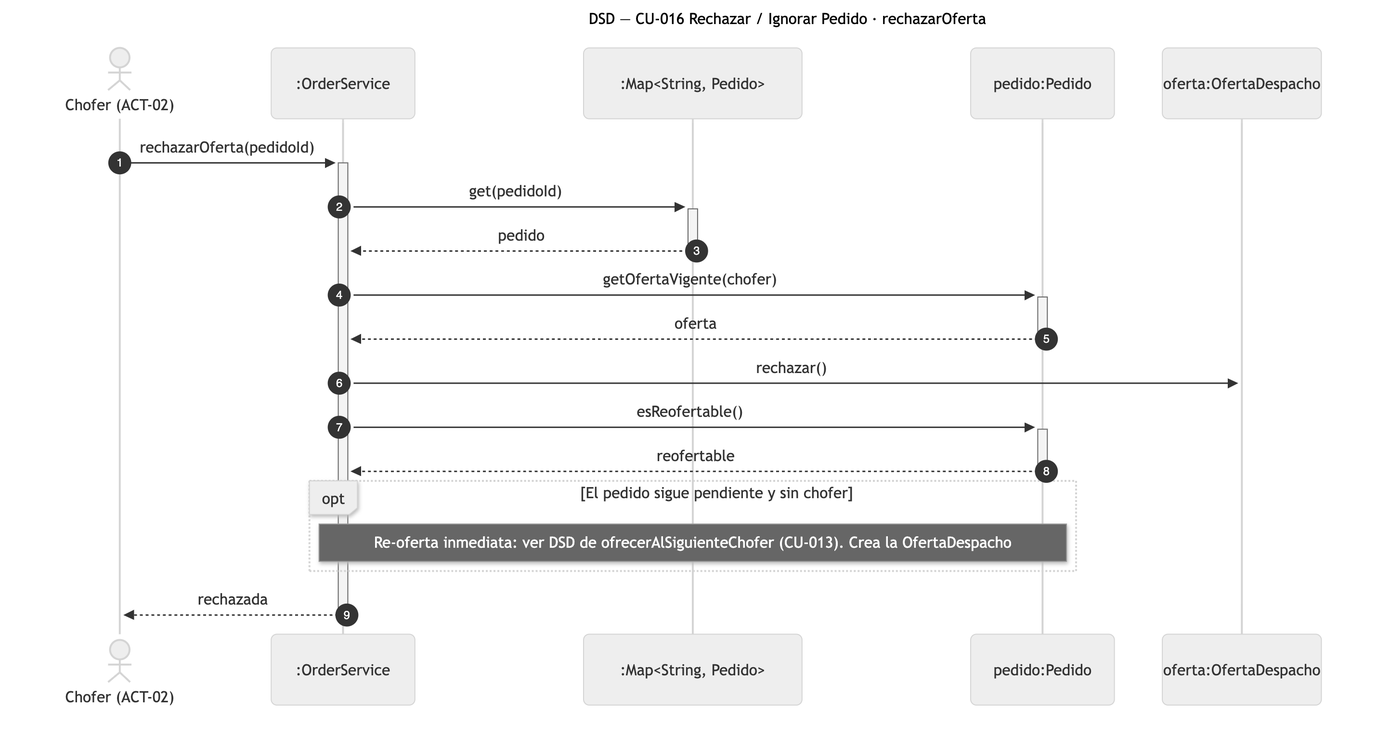
The Mermaid diagram diagramas/png/DSD_CU-016_rechazarOferta.png in Nahuelito-Dev/splg-docs, before a commit. Its source is kept beside it as diagramas/DSD_CU-016_rechazarOferta.mmd. The source it was exported from:
```mermaid
sequenceDiagram
    title DSD — CU-016 Rechazar / Ignorar Pedido · rechazarOferta
    autonumber
    actor CHF as Chofer (ACT-02)
    participant SRV as :OrderService
    participant PEDS as :Map#lt;String, Pedido#gt;
    participant PED as pedido:Pedido
    participant OFE as oferta:OfertaDespacho

    CHF->>+SRV: rechazarOferta(pedidoId)
    SRV->>+PEDS: get(pedidoId)
    PEDS-->>-SRV: pedido
    SRV->>+PED: getOfertaVigente(chofer)
    PED-->>-SRV: oferta
    SRV->>OFE: rechazar()
    SRV->>+PED: esReofertable()
    PED-->>-SRV: reofertable
    opt El pedido sigue pendiente y sin chofer
        Note over SRV,PED: Re-oferta inmediata: ver DSD de ofrecerAlSiguienteChofer (CU-013). Crea la OfertaDespacho
    end
    SRV-->>-CHF: rechazada
```
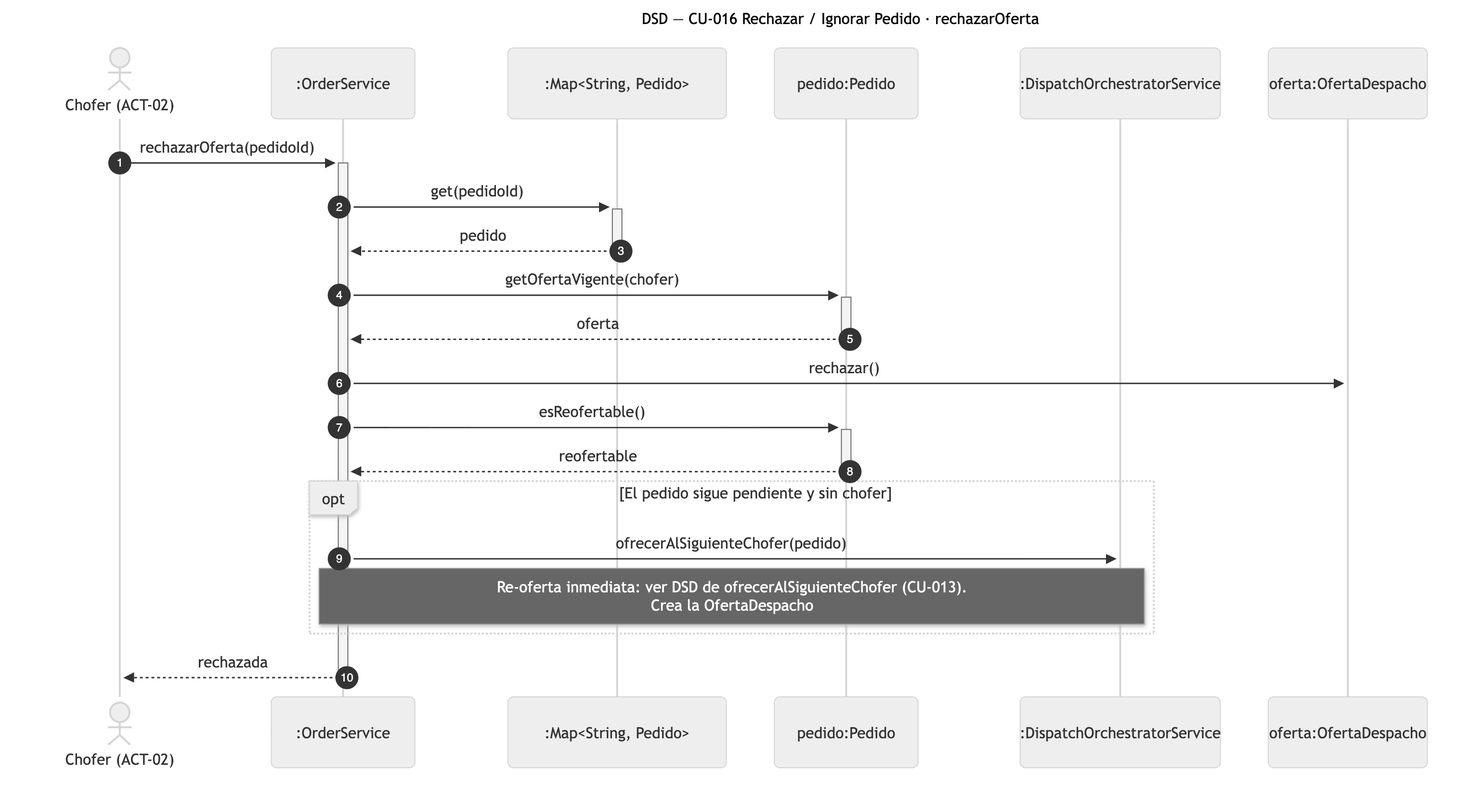
The same file after the commit.

What changed in the source:
```diff
@@ -5,6 +5,7 @@
     participant SRV as :OrderService
     participant PEDS as :Map#lt;String, Pedido#gt;
     participant PED as pedido:Pedido
+    participant ORQ as :DispatchOrchestratorService
     participant OFE as oferta:OfertaDespacho
 
     CHF->>+SRV: rechazarOferta(pedidoId)
@@ -16,6 +17,7 @@
     SRV->>+PED: esReofertable()
     PED-->>-SRV: reofertable
     opt El pedido sigue pendiente y sin chofer
-        Note over SRV,PED: Re-oferta inmediata: ver DSD de ofrecerAlSiguienteChofer (CU-013). Crea la OfertaDespacho
+        SRV->>ORQ: ofrecerAlSiguienteChofer(pedido)
+        Note over SRV,ORQ: Re-oferta inmediata: ver DSD de ofrecerAlSiguienteChofer (CU-013).<br/>Crea la OfertaDespacho
     end
     SRV-->>-CHF: rechazada
```
